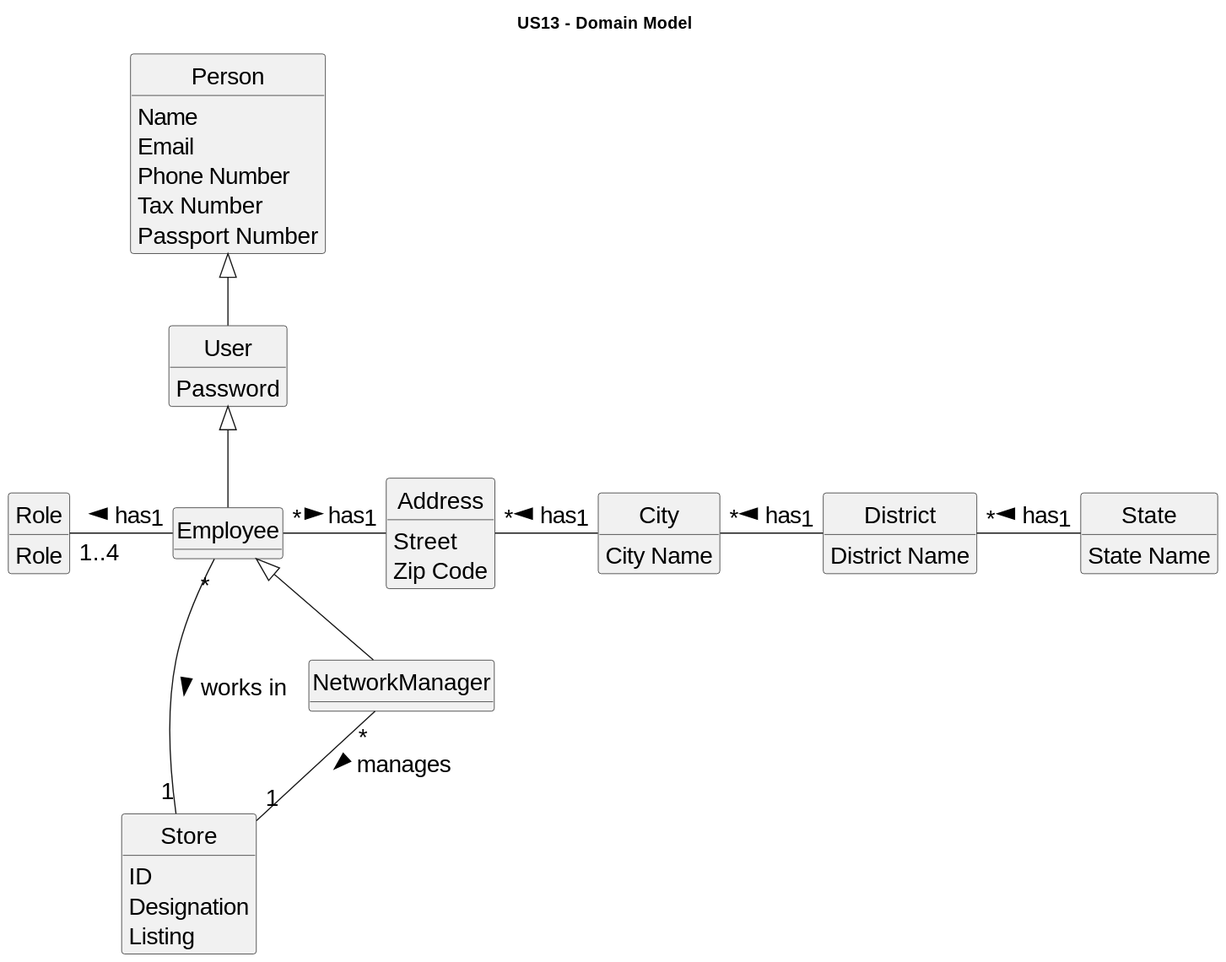
Above: docs/sprintD/US13/02.analysis/svg/us13-domain-model.svg in PureNimble/ISEP-LAPR2 (PlantUML), before the change.
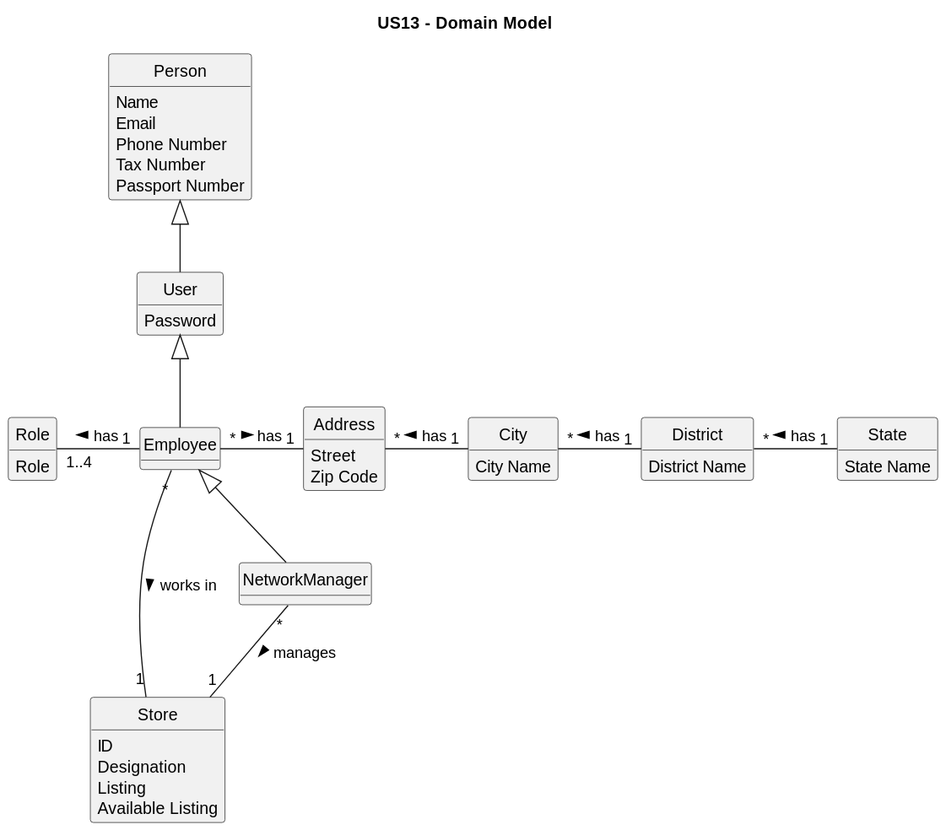
The same file after the commit.

Change to the diagram source:
```diff
@@ -1,5 +1,4 @@
 @startuml
-skinparamlocked defaultFontSize 20
 
 title US13 - Domain Model
 
@@ -52,6 +51,7 @@
     ID
     Designation
     Listing
+    Available Listing
 }
 
 class Role {
@@ -69,4 +69,5 @@
 District "1" -left- "*" City : has >
 State "1" -left- "*" District : has >
 City "1" -left- "*" Address : has >
+
 @enduml
```
